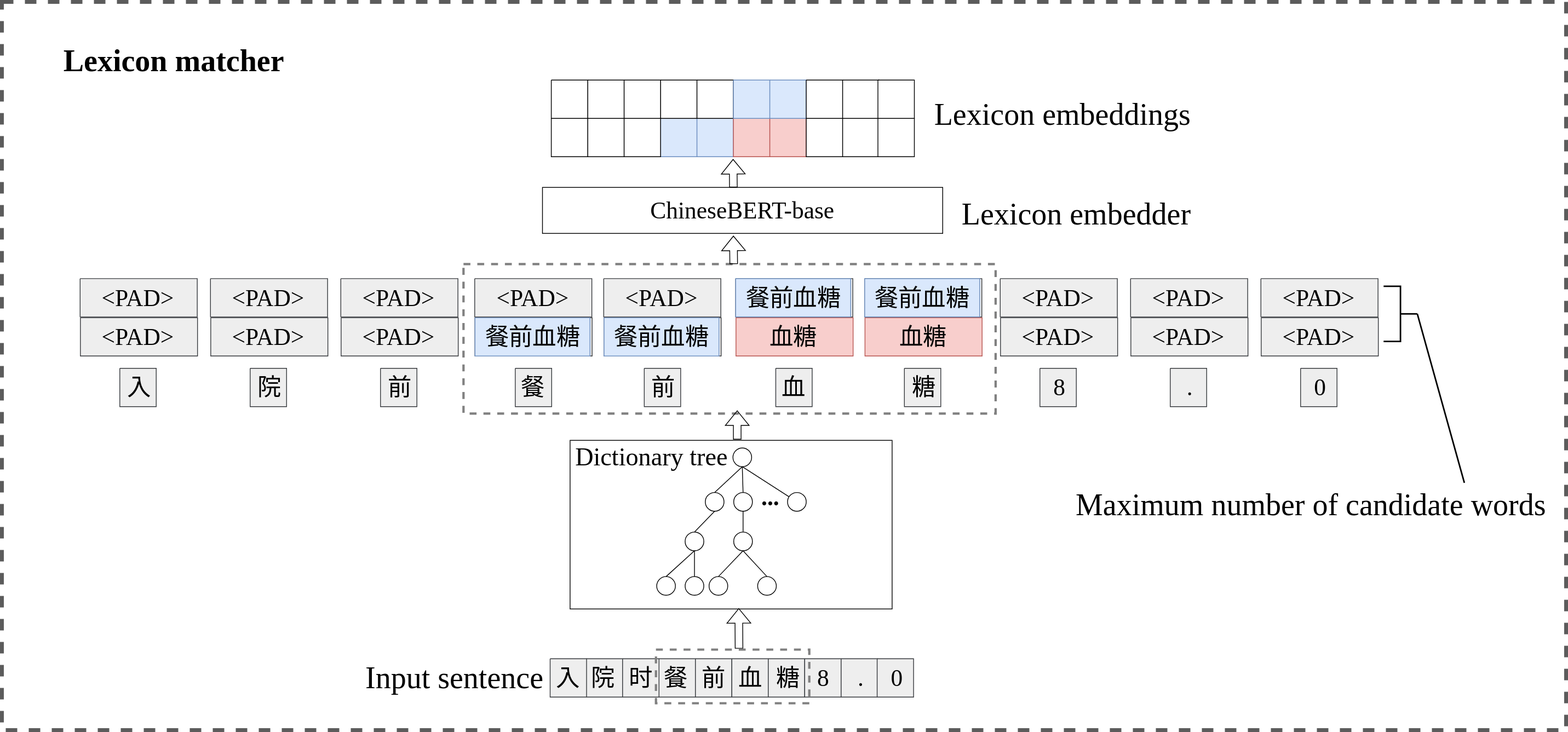
Earlier version of the draw.io export lexicon_information_matcher.drawio.svg (JJackMoO/Jackert_draw). Source tidied: cells renumbered, new cells last; positions are measured from the earlier drawing's top-left corner, leaving out a move shared by most shapes.
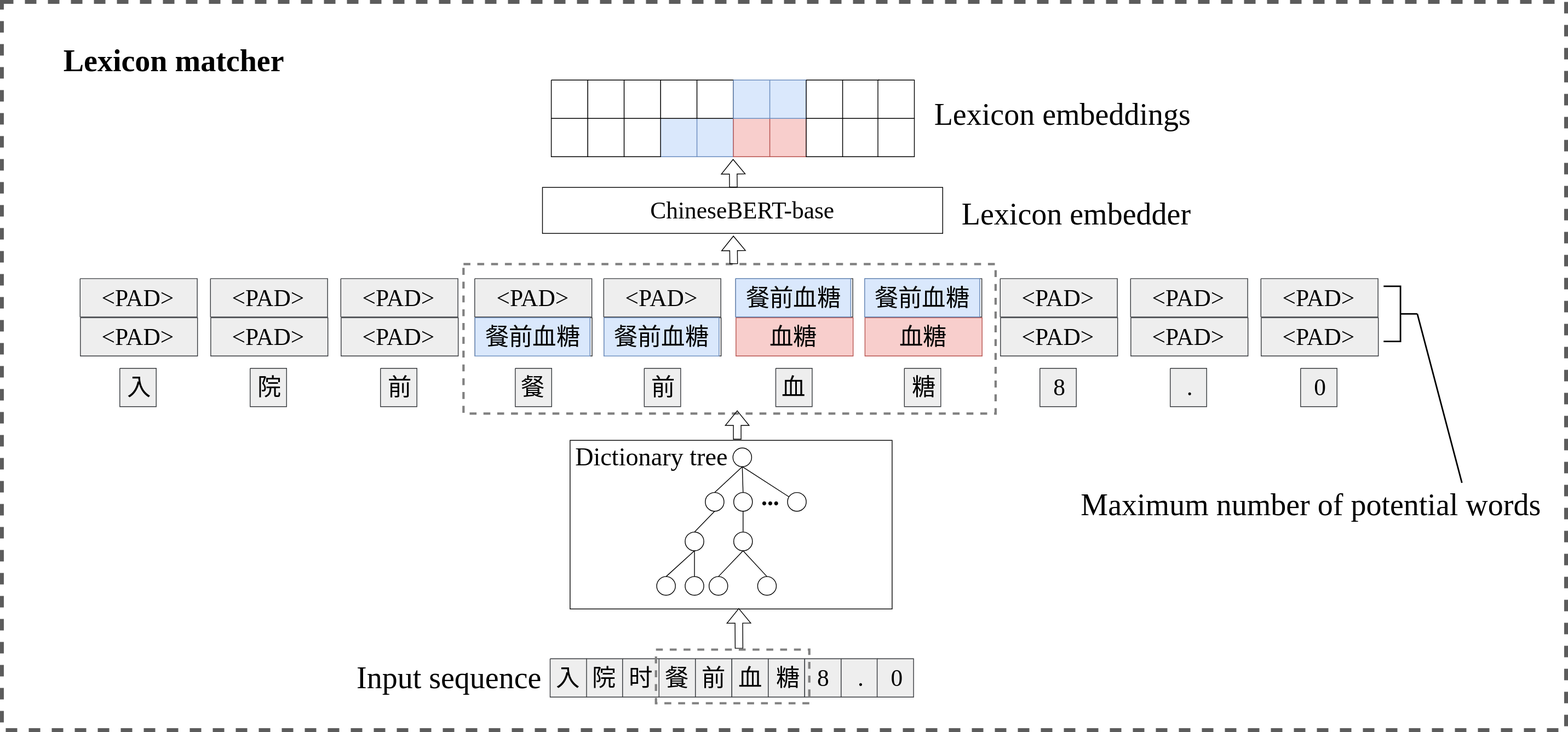
The same file after the commit.

Change to the diagram source:
```diff
@@ -80,8 +80,8 @@
         <mxPoint x="961" y="791" as="targetPoint" />
       </mxGeometry>
     </mxCell>
-    <mxCell id="27" value="&lt;font style=&quot;font-size: 40px;&quot;&gt;Input sentence&lt;/font&gt;" style="text;html=1;align=center;verticalAlign=middle;fillColor=none;strokeColor=none;rounded=0;fontFamily=Times New Roman;fontSize=32;" parent="1" vertex="1">
-      <mxGeometry x="465" y="857" width="250" height="50" as="geometry" />
+    <mxCell id="27" value="&lt;font style=&quot;font-size: 40px;&quot;&gt;Input sequence&lt;/font&gt;" style="text;html=1;align=center;verticalAlign=middle;fillColor=none;strokeColor=none;rounded=0;fontFamily=Times New Roman;fontSize=32;" parent="1" vertex="1">
+      <mxGeometry x="453" y="857" width="260" height="50" as="geometry" />
     </mxCell>
     <mxCell id="28" style="group;" parent="1" vertex="1">
       <mxGeometry x="857" y="857" width="192.5" height="50" as="geometry" />
@@ -254,8 +254,8 @@
     <mxCell id="81" style="strokeWidth=2;html=1;shape=mxgraph.flowchart.annotation_2;align=left;labelPosition=right;fontFamily=Times New Roman;fontSize=31;flipH=1;" parent="1" vertex="1">
       <mxGeometry x="1802" y="371" width="44" height="72" as="geometry" />
     </mxCell>
-    <mxCell id="82" value="&lt;font style=&quot;font-size: 40px;&quot;&gt;Maximum number of candidate words&lt;/font&gt;" style="text;html=1;align=center;verticalAlign=middle;points=[];fillColor=none;strokeColor=none;rounded=0;fontFamily=Times New Roman;fontSize=31;" parent="1" vertex="1">
-      <mxGeometry x="1392" y="631" width="630" height="50" as="geometry" />
+    <mxCell id="82" value="&lt;font style=&quot;font-size: 40px;&quot;&gt;Maximum number of potential words&lt;/font&gt;" style="text;html=1;align=center;verticalAlign=middle;points=[];fillColor=none;strokeColor=none;rounded=0;fontFamily=Times New Roman;fontSize=31;" parent="1" vertex="1">
+      <mxGeometry x="1397" y="631" width="620" height="50" as="geometry" />
     </mxCell>
     <mxCell id="83" value="&lt;font style=&quot;font-size: 33px;&quot; face=&quot;Times New Roman&quot;&gt;Dictionary tree&lt;/font&gt;" style="text;html=1;align=center;verticalAlign=middle;fillColor=none;strokeColor=none;rounded=0;" parent="1" vertex="1">
       <mxGeometry x="742" y="579" width="210" height="30" as="geometry" />
```
